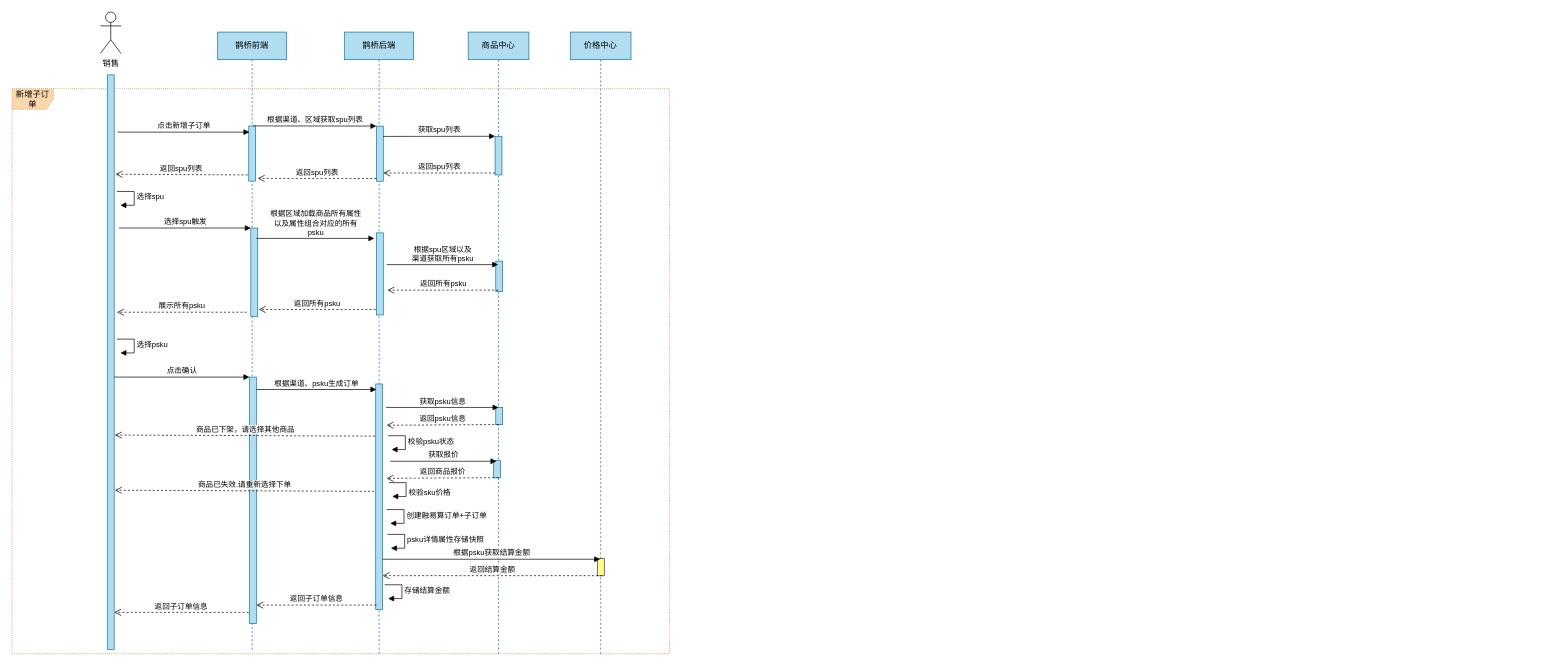
Before: 服务单-时序图.drawio in zhaoershuang/flow-chart, a draw.io diagram. Source tidied: cells renumbered, new cells numbered last; positions are measured from the earlier drawing's top-left corner, leaving out a move shared by most shapes. Both pictures are drawn from the tidied source at 69%, with x=0, y=0 at pixel (12, 12).
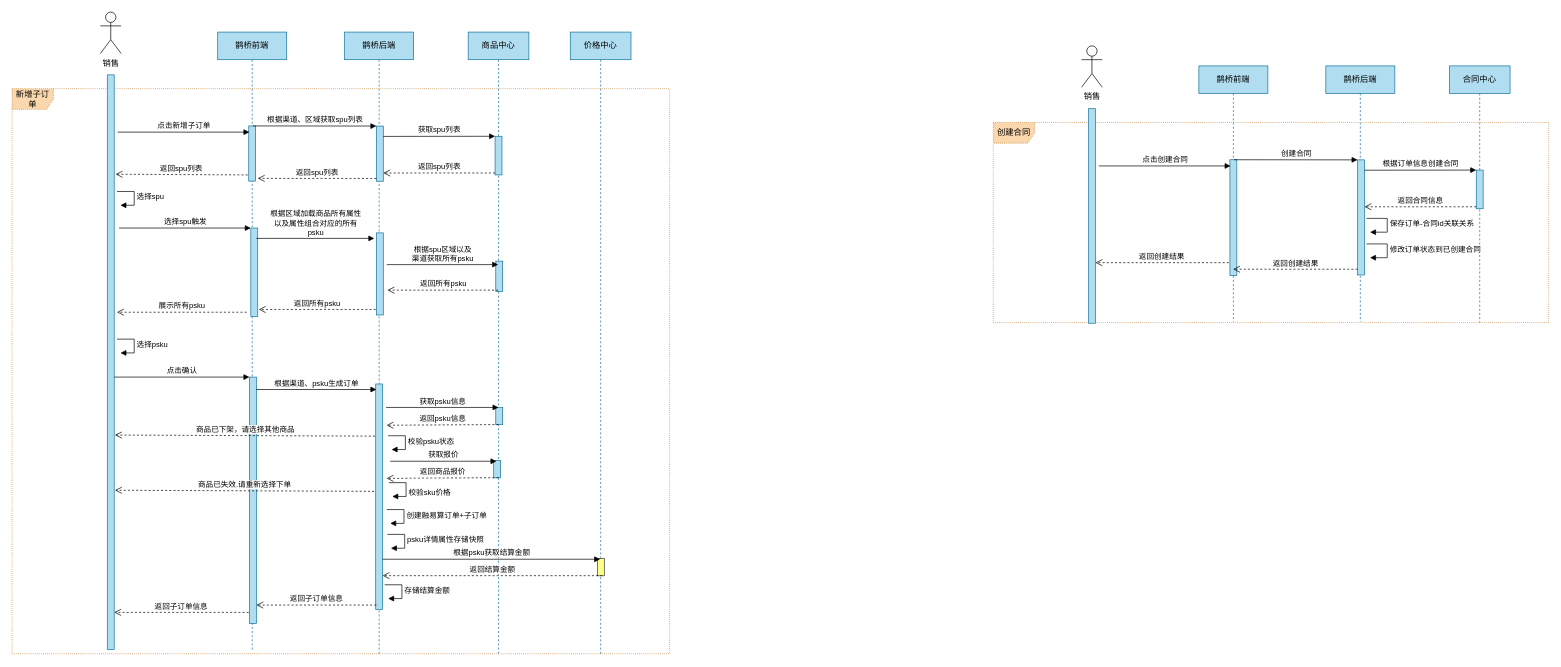
The same page after the edit.

Commit message:
更新服务单-时序图.drawio

What changed in the source:
```diff
@@
+    <mxCell id="53" value="创建合同" style="shape=umlFrame;whiteSpace=wrap;html=1;fillColor=#fad7ac;strokeColor=#b46504;dashed=1;shadow=0;dashPattern=1 2;" parent="1" vertex="1">
+      <mxGeometry x="1422" y="160" width="805" height="290" as="geometry" />
+    </mxCell>
+    <mxCell id="54" value="鹊桥前端" style="shape=umlLifeline;perimeter=lifelinePerimeter;whiteSpace=wrap;html=1;outlineConnect=0;fillColor=#b1ddf0;strokeColor=#10739e;" parent="1" vertex="1">
+      <mxGeometry x="1720" y="78" width="100" height="371" as="geometry" />
+    </mxCell>
+    <mxCell id="55" style="html=1;points=[];perimeter=orthogonalPerimeter;fillColor=#b1ddf0;strokeColor=#10739e;" parent="54" vertex="1">
+      <mxGeometry x="45" y="136" width="10" height="168" as="geometry" />
+    </mxCell>
+    <mxCell id="56" value="鹊桥后端" style="shape=umlLifeline;perimeter=lifelinePerimeter;whiteSpace=wrap;html=1;fillColor=#b1ddf0;strokeColor=#10739e;" parent="1" vertex="1">
+      <mxGeometry x="1904" y="78" width="100" height="371" as="geometry" />
+    </mxCell>
+    <mxCell id="57" style="html=1;points=[];perimeter=orthogonalPerimeter;fillColor=#b1ddf0;strokeColor=#10739e;" parent="56" vertex="1">
+      <mxGeometry x="46" y="136.2" width="10" height="166.8" as="geometry" />
+    </mxCell>
+    <mxCell id="58" value="创建合同" style="html=1;verticalAlign=bottom;endArrow=block;entryX=0;entryY=0;" parent="56" edge="1" target="57">
+      <mxGeometry relative="1" as="geometry">
+        <mxPoint x="-133" y="136" as="sourcePoint" />
+      </mxGeometry>
+    </mxCell>
+    <mxCell id="59" style="html=1;points=[];perimeter=orthogonalPerimeter;fillColor=#b1ddf0;strokeColor=#10739e;" parent="1" vertex="1">
+      <mxGeometry x="1560" y="140" width="10" height="311" as="geometry" />
+    </mxCell>
+    <mxCell id="60" value="销售" style="shape=umlActor;verticalLabelPosition=bottom;verticalAlign=top;html=1;" parent="1" vertex="1">
+      <mxGeometry x="1550" y="49" width="30" height="60" as="geometry" />
+    </mxCell>
+    <mxCell id="61" value="合同中心" style="shape=umlLifeline;perimeter=lifelinePerimeter;whiteSpace=wrap;html=1;fillColor=#b1ddf0;strokeColor=#10739e;" parent="1" vertex="1">
+      <mxGeometry x="2083" y="78" width="88" height="372" as="geometry" />
+    </mxCell>
+    <mxCell id="62" value="查看订单管理订单列表" style="html=1;verticalAlign=bottom;endArrow=block;entryX=0;entryY=0;" parent="61" edge="1">
+      <mxGeometry relative="1" as="geometry">
+        <mxPoint x="-401" y="654" as="sourcePoint" />
+      </mxGeometry>
+    </mxCell>
+    <mxCell id="63" style="html=1;points=[];perimeter=orthogonalPerimeter;fillColor=#b1ddf0;strokeColor=#10739e;" parent="61" vertex="1">
+      <mxGeometry x="39" y="151" width="10" height="56" as="geometry" />
+    </mxCell>
+    <mxCell id="64" value="返回创建结果" style="html=1;verticalAlign=bottom;endArrow=open;dashed=1;endSize=8;exitX=0;exitY=0.95;" parent="1" edge="1" source="57" target="54">
+      <mxGeometry relative="1" as="geometry" />
+    </mxCell>
+    <mxCell id="65" value="返回合同信息" style="html=1;verticalAlign=bottom;endArrow=open;dashed=1;endSize=8;exitX=0;exitY=0.95;" parent="1" edge="1" source="63">
+      <mxGeometry relative="1" as="geometry">
+        <mxPoint x="1960" y="282.2" as="targetPoint" />
+      </mxGeometry>
+    </mxCell>
+    <mxCell id="66" value="根据订单信息创建合同" style="html=1;verticalAlign=bottom;endArrow=block;entryX=0;entryY=0;" parent="1" edge="1" target="63">
+      <mxGeometry relative="1" as="geometry">
+        <mxPoint x="1960" y="229.2" as="sourcePoint" />
+      </mxGeometry>
+    </mxCell>
+    <mxCell id="67" value="返回创建结果" style="html=1;verticalAlign=bottom;endArrow=open;dashed=1;endSize=8;exitX=-0.155;exitY=0.888;exitDx=0;exitDy=0;exitPerimeter=0;" parent="1" edge="1" source="55" target="59">
+      <mxGeometry relative="1" as="geometry" />
+    </mxCell>
+    <mxCell id="68" value="&lt;span style=&quot;text-align: left&quot;&gt;点击创建合同&lt;/span&gt;" style="html=1;verticalAlign=bottom;endArrow=block;entryX=0;entryY=0;" parent="1" edge="1">
+      <mxGeometry relative="1" as="geometry">
+        <mxPoint x="1575" y="223" as="sourcePoint" />
+        <mxPoint x="1766" y="223" as="targetPoint" />
+      </mxGeometry>
+    </mxCell>
+    <mxCell id="69" value="修改订单状态到已创建合同" style="edgeStyle=orthogonalEdgeStyle;html=1;align=left;spacingLeft=2;endArrow=block;rounded=0;entryX=1;entryY=0;" parent="1" edge="1">
+      <mxGeometry relative="1" as="geometry">
+        <mxPoint x="1963" y="336" as="sourcePoint" />
+        <mxPoint x="1968" y="356" as="targetPoint" />
+        <Array as="points">
+          <mxPoint x="1993" y="336" />
+        </Array>
+      </mxGeometry>
+    </mxCell>
+    <mxCell id="70" value="保存订单-合同id关联关系" style="edgeStyle=orthogonalEdgeStyle;html=1;align=left;spacingLeft=2;endArrow=block;rounded=0;entryX=1;entryY=0;" parent="1" edge="1">
+      <mxGeometry relative="1" as="geometry">
+        <mxPoint x="1963" y="299" as="sourcePoint" />
+        <mxPoint x="1968" y="319" as="targetPoint" />
+        <Array as="points">
+          <mxPoint x="1993" y="299" />
+        </Array>
+      </mxGeometry>
+    </mxCell>
```
